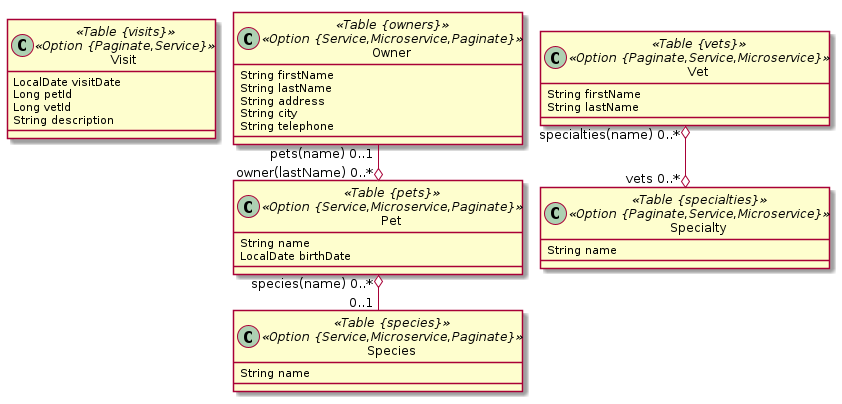
terrytompkins/JHPetClinicMSA keeps this PlantUML diagram as jhpetclinicmsa.png. Above is the earlier version.
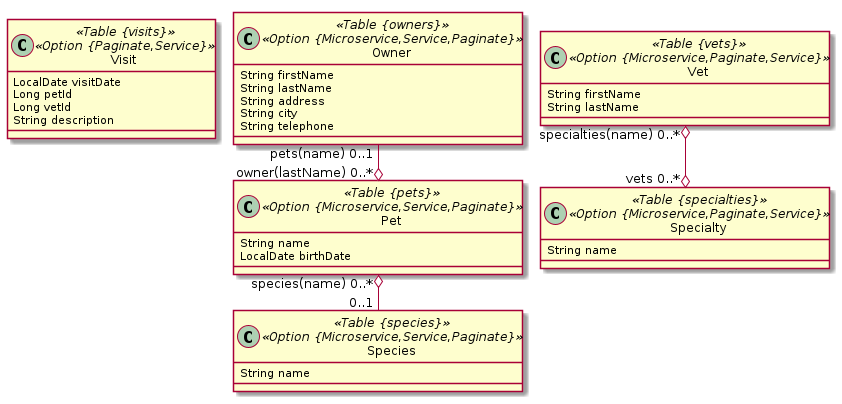
The same file after the commit.

What changed in the source:
```diff
@@ -7,14 +7,14 @@
 		Long vetId
 		String description
 	}
-	class Species <<Table {species}>><<Option {Service,Microservice,Paginate}>> {
+	class Species <<Table {species}>><<Option {Microservice,Service,Paginate}>> {
 		String name
 	}
-	class Pet <<Table {pets}>><<Option {Service,Microservice,Paginate}>> {
+	class Pet <<Table {pets}>><<Option {Microservice,Service,Paginate}>> {
 		String name
 		LocalDate birthDate
 	}
-	class Owner <<Table {owners}>><<Option {Service,Microservice,Paginate}>> {
+	class Owner <<Table {owners}>><<Option {Microservice,Service,Paginate}>> {
 		String firstName
 		String lastName
 		String address
@@ -23,10 +23,10 @@
 	}
 	Owner  "pets(name) 0..1 " --o "owner(lastName) 0..* "  Pet
 	Pet  "species(name) 0..* " o-- "0..1 "  Species
-	class Specialty <<Table {specialties}>><<Option {Paginate,Service,Microservice}>> {
+	class Specialty <<Table {specialties}>><<Option {Microservice,Paginate,Service}>> {
 		String name
 	}
-	class Vet <<Table {vets}>><<Option {Paginate,Service,Microservice}>> {
+	class Vet <<Table {vets}>><<Option {Microservice,Paginate,Service}>> {
 		String firstName
 		String lastName
 	}
```
